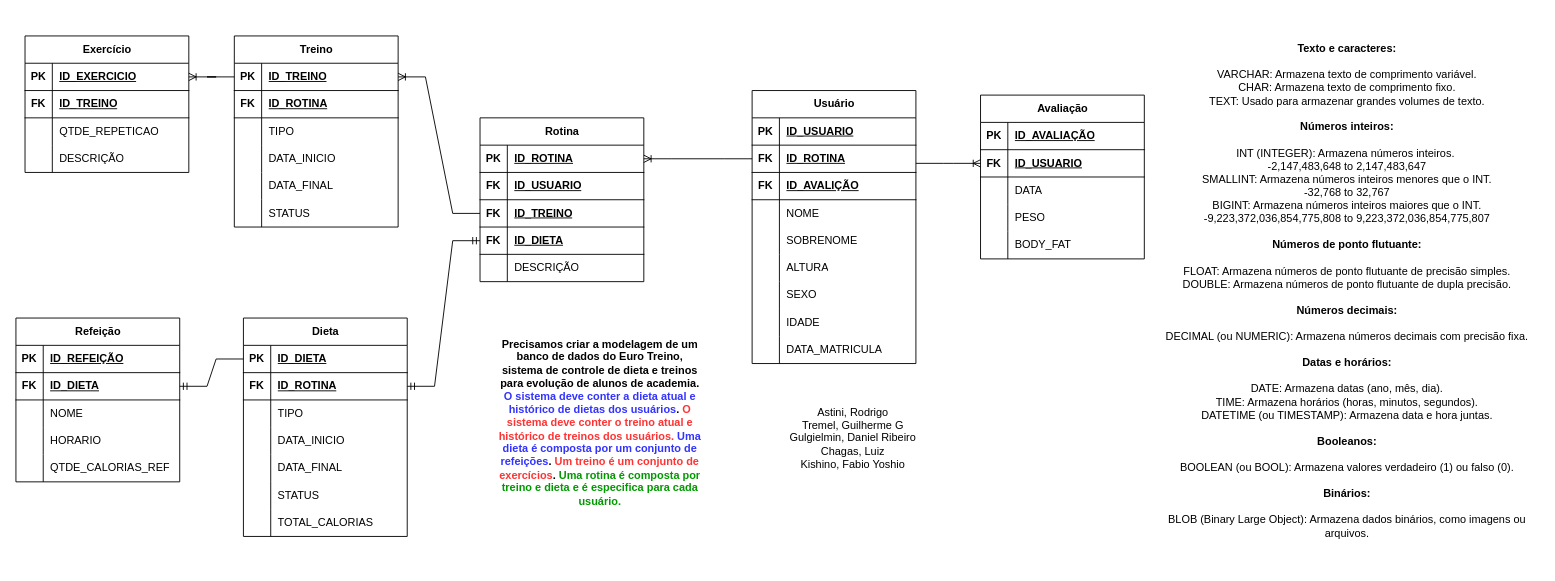
The draw.io diagram Copy of Exercicio1_Ada.drawio in giuliano435/draw.io, before the edit. Source tidied: cells renumbered, new cells numbered last; positions are measured from the earlier drawing's top-left corner, leaving out a move shared by most shapes. Both pictures are drawn from the tidied source at 91%, with x=0, y=0 at pixel (15, 15).
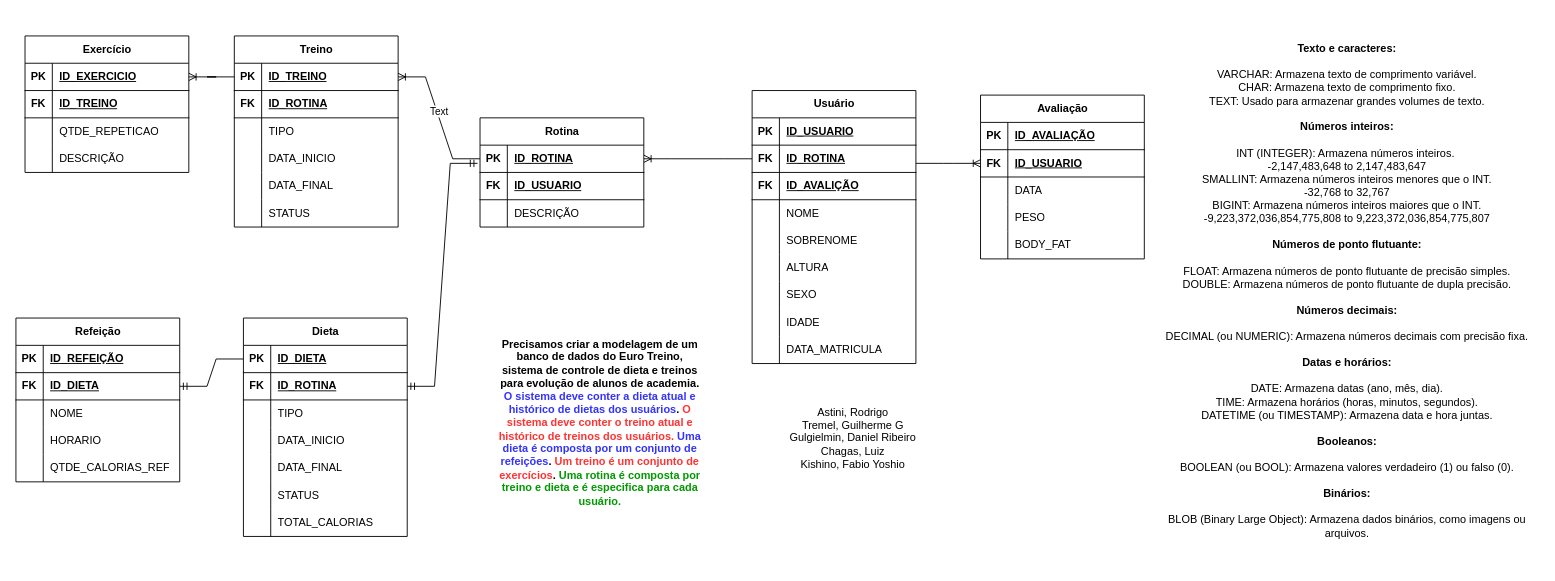
The same page after the edit.

Commit message:
remove ref circular rotina

Unchanged cells that the change refers to:
```xml
<mxCell id="48" style="shape=tableRow;horizontal=0;startSize=0;swimlaneHead=0;swimlaneBody=0;fillColor=none;points=[[0,0.5],[1,0.5]];portConstraint=eastwest;top=0;left=0;right=0;bottom=1;" parent="47" vertex="1">
  <mxGeometry y="30" width="180" height="30" as="geometry" />
</mxCell>
<mxCell id="81" style="shape=tableRow;horizontal=0;startSize=0;swimlaneHead=0;swimlaneBody=0;fillColor=none;points=[[0,0.5],[1,0.5]];portConstraint=eastwest;top=0;left=0;right=0;bottom=1;" parent="80" vertex="1">
  <mxGeometry y="30" width="180" height="30" as="geometry" />
</mxCell>
<mxCell id="84" style="shape=tableRow;horizontal=0;startSize=0;swimlaneHead=0;swimlaneBody=0;fillColor=none;points=[[0,0.5],[1,0.5]];portConstraint=eastwest;top=0;left=0;right=0;bottom=1;" parent="80" vertex="1">
  <mxGeometry y="60" width="180" height="30" as="geometry" />
</mxCell>
<mxCell id="101" style="shape=tableRow;horizontal=0;startSize=0;swimlaneHead=0;swimlaneBody=0;fillColor=none;points=[[0,0.5],[1,0.5]];portConstraint=eastwest;top=0;left=0;right=0;bottom=1;" parent="97" vertex="1">
  <mxGeometry y="60" width="180" height="30" as="geometry" />
</mxCell>
```

Change to the diagram source:
```diff
@@
     <mxCell id="80" value="Rotina" style="shape=table;startSize=30;childLayout=tableLayout;rowLines=0;fontStyle=1;align=center;html=1;" parent="1" vertex="1">
-      <mxGeometry x="510" y="112" width="180" height="180" as="geometry" />
+      <mxGeometry x="510" y="112" width="180" height="120" as="geometry" />
     </mxCell>
@@
-    <mxCell id="87" style="shape=tableRow;horizontal=0;startSize=0;swimlaneHead=0;swimlaneBody=0;fillColor=none;points=[[0,0.5],[1,0.5]];portConstraint=eastwest;top=0;left=0;right=0;bottom=1;" parent="80" vertex="1">
-      <mxGeometry y="90" width="180" height="30" as="geometry" />
-    </mxCell>
-    <mxCell id="88" value="FK" style="shape=partialRectangle;fillColor=none;top=0;left=0;bottom=0;right=0;fontStyle=1;overflow=hidden;whiteSpace=wrap;html=1;" parent="87" vertex="1">
-      <mxGeometry width="30" height="30" as="geometry" />
-    </mxCell>
-    <mxCell id="89" value="ID_TREINO" style="shape=partialRectangle;fillColor=none;top=0;left=0;bottom=0;right=0;align=left;spacingLeft=6;fontStyle=5;overflow=hidden;whiteSpace=wrap;html=1;" parent="87" vertex="1">
-      <mxGeometry x="30" width="150" height="30" as="geometry" />
-    </mxCell>
-    <mxCell id="90" style="shape=tableRow;horizontal=0;startSize=0;swimlaneHead=0;swimlaneBody=0;fillColor=none;points=[[0,0.5],[1,0.5]];portConstraint=eastwest;top=0;left=0;right=0;bottom=1;" parent="80" vertex="1">
-      <mxGeometry y="120" width="180" height="30" as="geometry" />
-    </mxCell>
-    <mxCell id="91" value="FK" style="shape=partialRectangle;fillColor=none;top=0;left=0;bottom=0;right=0;fontStyle=1;overflow=hidden;whiteSpace=wrap;html=1;" parent="90" vertex="1">
-      <mxGeometry width="30" height="30" as="geometry" />
-    </mxCell>
-    <mxCell id="92" value="ID_DIETA" style="shape=partialRectangle;fillColor=none;top=0;left=0;bottom=0;right=0;align=left;spacingLeft=6;fontStyle=5;overflow=hidden;whiteSpace=wrap;html=1;" parent="90" vertex="1">
-      <mxGeometry x="30" width="150" height="30" as="geometry" />
-    </mxCell>
     <mxCell id="93" style="shape=tableRow;horizontal=0;startSize=0;swimlaneHead=0;swimlaneBody=0;fillColor=none;top=0;left=0;right=0;bottom=0;" parent="80" vertex="1">
-      <mxGeometry y="150" width="180" height="30" as="geometry" />
+      <mxGeometry y="90" width="180" height="30" as="geometry" />
     </mxCell>
@@
-    <mxCell id="119" style="edgeStyle=entityRelationEdgeStyle;fontSize=12;html=1;endArrow=ERoneToMany;rounded=0;entryX=1;entryY=0.5;entryDx=0;entryDy=0;exitX=0;exitY=0.5;exitDx=0;exitDy=0;" parent="1" edge="1" source="87" target="48">
-      <mxGeometry relative="1" as="geometry" />
+    <mxCell id="119" style="edgeStyle=entityRelationEdgeStyle;fontSize=12;html=1;endArrow=ERoneToMany;rounded=0;entryX=1;entryY=0.5;entryDx=0;entryDy=0;exitX=0;exitY=0.5;exitDx=0;exitDy=0;" parent="1" edge="1" source="81" target="48">
+      <mxGeometry relative="1" as="geometry">
+        <Array as="points">
+          <mxPoint x="522" y="5" />
+          <mxPoint x="575" y="28" />
+        </Array>
+      </mxGeometry>
     </mxCell>
+    <mxCell id="141" value="Text" style="edgeLabel;html=1;align=center;verticalAlign=middle;" parent="119" vertex="1">
+      <mxGeometry x="0.1" y="-2" relative="1" as="geometry" />
+    </mxCell>
-    <mxCell id="120" style="edgeStyle=entityRelationEdgeStyle;fontSize=12;html=1;endArrow=ERmandOne;startArrow=ERmandOne;rounded=0;entryX=0;entryY=0.5;entryDx=0;entryDy=0;exitX=1;exitY=0.5;exitDx=0;exitDy=0;" parent="1" edge="1" source="101" target="90">
+    <mxCell id="120" style="edgeStyle=entityRelationEdgeStyle;fontSize=12;html=1;endArrow=ERmandOne;startArrow=ERmandOne;rounded=0;entryX=-0.015;entryY=-0.333;entryDx=0;entryDy=0;exitX=1;exitY=0.5;exitDx=0;exitDy=0;entryPerimeter=0;" parent="1" edge="1" source="101" target="84">
       <mxGeometry relative="1" as="geometry" />
     </mxCell>
```
